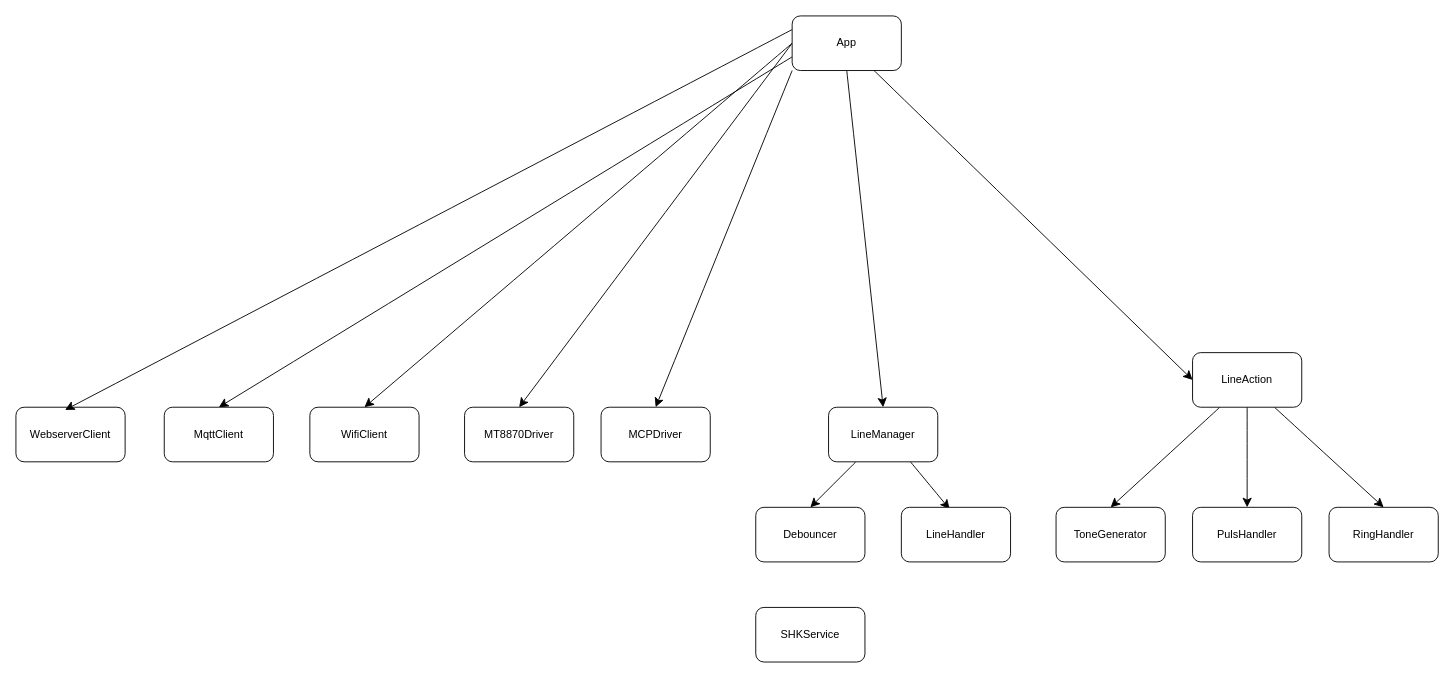
This is Phome exchange.drawio from ondfrukt/Phone-exchange, a draw.io file, before an edit. Source tidied: cells renumbered, new cells numbered last; positions are measured from the earlier drawing's top-left corner, leaving out a move shared by most shapes. Both pictures are drawn from the tidied source at 91%, with x=0, y=0 at pixel (15, 15).
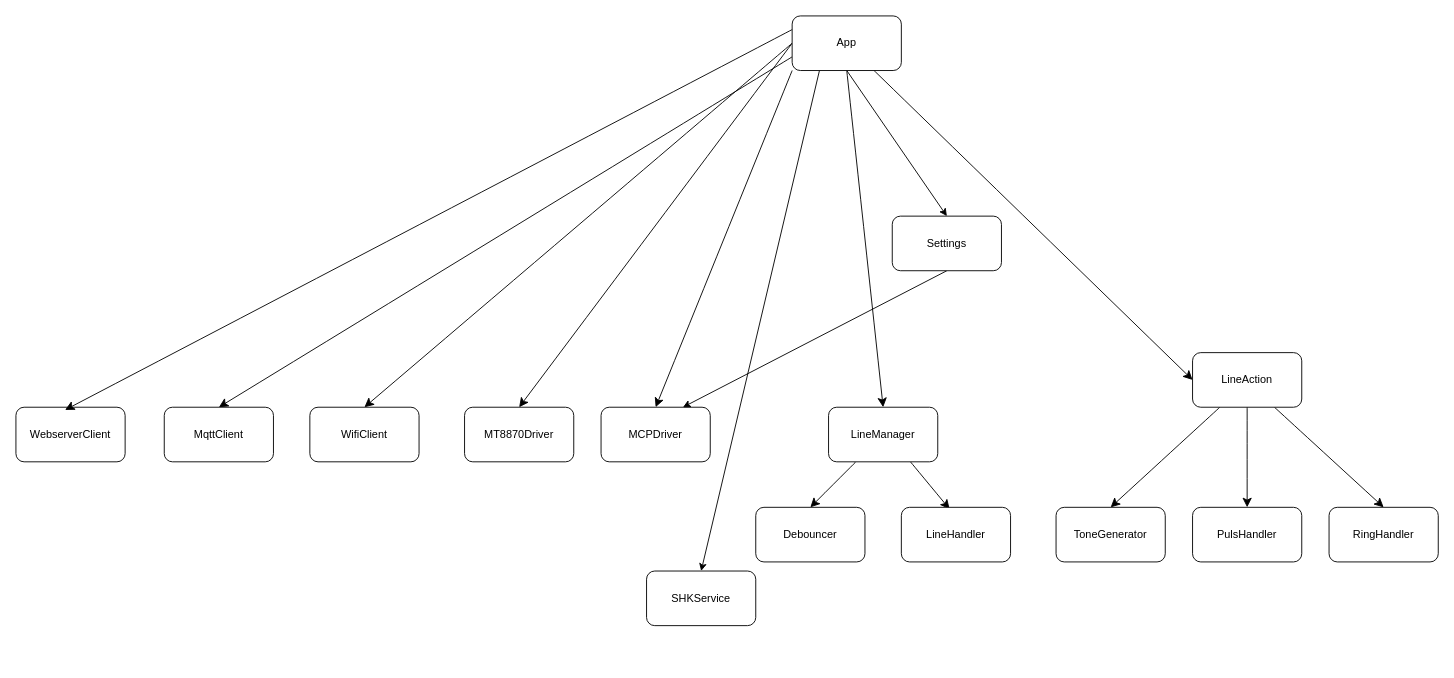
The same page after the edit.

The change refers to these unchanged cells:
```xml
<mxCell id="8" value="App" style="rounded=1;whiteSpace=wrap;html=1;" parent="1" vertex="1">
  <mxGeometry x="853" width="120" height="60" as="geometry" />
</mxCell>
<mxCell id="9" value="MCPDriver" style="rounded=1;whiteSpace=wrap;html=1;" parent="1" vertex="1">
  <mxGeometry x="643" y="430" width="120" height="60" as="geometry" />
</mxCell>
```

What changed in the source:
```diff
@@
+    <mxCell id="28" style="edgeStyle=none;html=1;exitX=0.25;exitY=1;exitDx=0;exitDy=0;entryX=0.5;entryY=0;entryDx=0;entryDy=0;" parent="1" edge="1" source="8" target="27">
+      <mxGeometry relative="1" as="geometry" />
+    </mxCell>
+    <mxCell id="29" style="edgeStyle=none;html=1;exitX=0.5;exitY=1;exitDx=0;exitDy=0;entryX=0.5;entryY=0;entryDx=0;entryDy=0;" parent="1" edge="1" source="8" target="31">
+      <mxGeometry relative="1" as="geometry" />
+    </mxCell>
@@
     <mxCell id="27" value="SHKService" style="rounded=1;whiteSpace=wrap;html=1;" parent="1" vertex="1">
-      <mxGeometry x="813" y="650" width="120" height="60" as="geometry" />
+      <mxGeometry x="693" y="610" width="120" height="60" as="geometry" />
     </mxCell>
+    <mxCell id="30" style="edgeStyle=none;html=1;exitX=0.5;exitY=1;exitDx=0;exitDy=0;entryX=0.75;entryY=0;entryDx=0;entryDy=0;" parent="1" edge="1" source="31" target="9">
+      <mxGeometry relative="1" as="geometry" />
+    </mxCell>
+    <mxCell id="31" value="Settings" style="rounded=1;whiteSpace=wrap;html=1;" parent="1" vertex="1">
+      <mxGeometry x="963" y="220" width="120" height="60" as="geometry" />
+    </mxCell>
```
